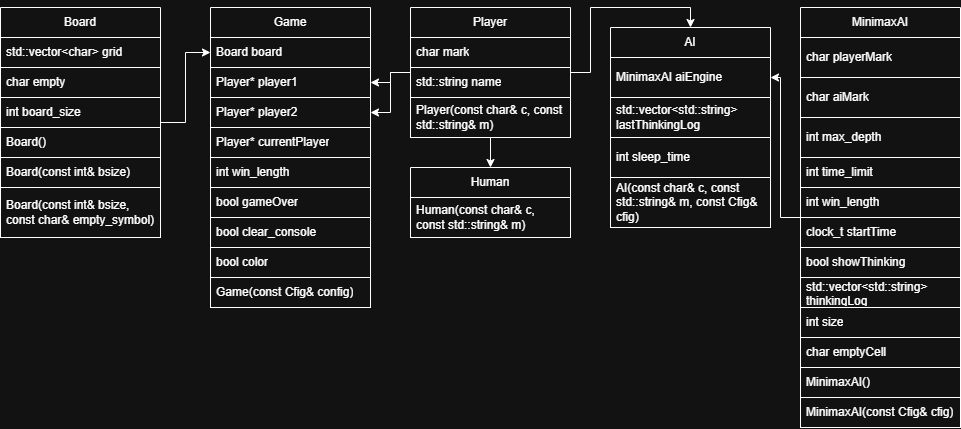
Earlier version of the draw.io export assets/structure.drawio.png (groknut/tic-tac-toe). Source tidied: cells renumbered, new cells last; positions are measured from the earlier drawing's top-left corner, leaving out a move shared by most shapes. Its diagram source:
```xml
<mxGraphModel>
  <root>
    <mxCell id="0" />
    <mxCell id="1" parent="0" />
    <mxCell id="2" style="edgeStyle=orthogonalEdgeStyle;rounded=0;jettySize=auto;html=1;entryX=0;entryY=0.5;entryDx=0;entryDy=0;" parent="1" edge="1" source="3" target="11">
      <mxGeometry relative="1" as="geometry" />
    </mxCell>
    <mxCell id="3" value="Board" style="swimlane;fontStyle=0;horizontal=1;startSize=30;whiteSpace=wrap;html=1;" parent="1" vertex="1">
      <mxGeometry width="160" height="230" as="geometry" />
    </mxCell>
    <mxCell id="4" value="std::vector&amp;lt;char&amp;gt; grid" style="text;strokeColor=default;fillColor=none;align=left;verticalAlign=middle;spacingLeft=4;spacingRight=4;overflow=hidden;whiteSpace=wrap;html=1;" parent="3" vertex="1">
      <mxGeometry y="30" width="160" height="30" as="geometry" />
    </mxCell>
    <mxCell id="5" value="char empty" style="text;strokeColor=default;fillColor=none;align=left;verticalAlign=middle;spacingLeft=4;spacingRight=4;overflow=hidden;whiteSpace=wrap;html=1;" parent="3" vertex="1">
      <mxGeometry y="60" width="160" height="30" as="geometry" />
    </mxCell>
    <mxCell id="6" value="int board_size" style="text;strokeColor=default;fillColor=none;align=left;verticalAlign=middle;spacingLeft=4;spacingRight=4;overflow=hidden;whiteSpace=wrap;html=1;" parent="3" vertex="1">
      <mxGeometry y="90" width="160" height="30" as="geometry" />
    </mxCell>
    <mxCell id="7" value="Board()" style="text;strokeColor=default;fillColor=none;align=left;verticalAlign=middle;spacingLeft=4;spacingRight=4;overflow=hidden;whiteSpace=wrap;html=1;" parent="3" vertex="1">
      <mxGeometry y="120" width="160" height="30" as="geometry" />
    </mxCell>
    <mxCell id="8" value="Board(const int&amp;amp; bsize)" style="text;strokeColor=default;fillColor=none;align=left;verticalAlign=middle;spacingLeft=4;spacingRight=4;overflow=hidden;whiteSpace=wrap;html=1;" parent="3" vertex="1">
      <mxGeometry y="150" width="160" height="30" as="geometry" />
    </mxCell>
    <mxCell id="9" value="Board(const int&amp;amp; bsize, const char&amp;amp; empty_symbol)" style="text;strokeColor=default;fillColor=none;align=left;verticalAlign=middle;spacingLeft=4;spacingRight=4;overflow=hidden;whiteSpace=wrap;html=1;" parent="3" vertex="1">
      <mxGeometry y="180" width="160" height="50" as="geometry" />
    </mxCell>
    <mxCell id="10" value="Game" style="swimlane;fontStyle=0;horizontal=1;startSize=30;whiteSpace=wrap;html=1;" parent="1" vertex="1">
      <mxGeometry x="210" width="160" height="300" as="geometry" />
    </mxCell>
    <mxCell id="11" value="Board board" style="text;strokeColor=default;fillColor=none;align=left;verticalAlign=middle;spacingLeft=4;spacingRight=4;overflow=hidden;points=[[0,0.5],[1,0.5]];portConstraint=eastwest;whiteSpace=wrap;html=1;" parent="10" vertex="1">
      <mxGeometry y="30" width="160" height="30" as="geometry" />
    </mxCell>
    <mxCell id="12" value="Player* player1" style="text;strokeColor=default;fillColor=none;align=left;verticalAlign=middle;spacingLeft=4;spacingRight=4;overflow=hidden;points=[[0,0.5],[1,0.5]];portConstraint=eastwest;whiteSpace=wrap;html=1;" parent="10" vertex="1">
      <mxGeometry y="60" width="160" height="30" as="geometry" />
    </mxCell>
    <mxCell id="13" value="Player* player2" style="text;strokeColor=default;fillColor=none;align=left;verticalAlign=middle;spacingLeft=4;spacingRight=4;overflow=hidden;points=[[0,0.5],[1,0.5]];portConstraint=eastwest;whiteSpace=wrap;html=1;" parent="10" vertex="1">
      <mxGeometry y="90" width="160" height="30" as="geometry" />
    </mxCell>
    <mxCell id="14" value="Player* currentPlayer" style="text;strokeColor=default;fillColor=none;align=left;verticalAlign=middle;spacingLeft=4;spacingRight=4;overflow=hidden;whiteSpace=wrap;html=1;" parent="10" vertex="1">
      <mxGeometry y="120" width="160" height="30" as="geometry" />
    </mxCell>
    <mxCell id="15" value="int win_length" style="text;strokeColor=default;fillColor=none;align=left;verticalAlign=middle;spacingLeft=4;spacingRight=4;overflow=hidden;whiteSpace=wrap;html=1;" parent="10" vertex="1">
      <mxGeometry y="150" width="160" height="30" as="geometry" />
    </mxCell>
    <mxCell id="16" value="bool gameOver" style="text;strokeColor=default;fillColor=none;align=left;verticalAlign=middle;spacingLeft=4;spacingRight=4;overflow=hidden;whiteSpace=wrap;html=1;" parent="10" vertex="1">
      <mxGeometry y="180" width="160" height="30" as="geometry" />
    </mxCell>
    <mxCell id="17" value="bool clear_console" style="text;strokeColor=default;fillColor=none;align=left;verticalAlign=middle;spacingLeft=4;spacingRight=4;overflow=hidden;whiteSpace=wrap;html=1;" parent="10" vertex="1">
      <mxGeometry y="210" width="160" height="30" as="geometry" />
    </mxCell>
    <mxCell id="18" value="bool color" style="text;strokeColor=default;fillColor=none;align=left;verticalAlign=middle;spacingLeft=4;spacingRight=4;overflow=hidden;whiteSpace=wrap;html=1;" parent="10" vertex="1">
      <mxGeometry y="240" width="160" height="30" as="geometry" />
    </mxCell>
    <mxCell id="19" value="Game(const Cfig&amp;amp; config)" style="text;strokeColor=default;fillColor=none;align=left;verticalAlign=middle;spacingLeft=4;spacingRight=4;overflow=hidden;whiteSpace=wrap;html=1;" parent="10" vertex="1">
      <mxGeometry y="270" width="160" height="30" as="geometry" />
    </mxCell>
    <mxCell id="20" style="edgeStyle=orthogonalEdgeStyle;rounded=0;jettySize=auto;html=1;entryX=1;entryY=0.5;entryDx=0;entryDy=0;" parent="1" edge="1" source="24" target="12">
      <mxGeometry relative="1" as="geometry" />
    </mxCell>
    <mxCell id="21" style="edgeStyle=orthogonalEdgeStyle;rounded=0;jettySize=auto;html=1;entryX=1;entryY=0.5;entryDx=0;entryDy=0;" parent="1" edge="1" source="24" target="13">
      <mxGeometry relative="1" as="geometry" />
    </mxCell>
    <mxCell id="22" style="edgeStyle=orthogonalEdgeStyle;rounded=0;jettySize=auto;html=1;entryX=0.5;entryY=0;entryDx=0;entryDy=0;" parent="1" edge="1" source="24" target="28">
      <mxGeometry relative="1" as="geometry" />
    </mxCell>
    <mxCell id="23" style="edgeStyle=orthogonalEdgeStyle;rounded=0;jettySize=auto;html=1;entryX=0.5;entryY=0;entryDx=0;entryDy=0;" parent="1" edge="1" source="24" target="30">
      <mxGeometry relative="1" as="geometry" />
    </mxCell>
    <mxCell id="24" value="Player" style="swimlane;fontStyle=0;horizontal=1;startSize=30;whiteSpace=wrap;html=1;" parent="1" vertex="1">
      <mxGeometry x="410" width="160" height="130" as="geometry" />
    </mxCell>
    <mxCell id="25" value="char mark" style="text;strokeColor=default;fillColor=none;align=left;verticalAlign=middle;spacingLeft=4;spacingRight=4;overflow=hidden;whiteSpace=wrap;html=1;" parent="24" vertex="1">
      <mxGeometry y="30" width="160" height="30" as="geometry" />
    </mxCell>
    <mxCell id="26" value="std::string name" style="text;strokeColor=default;fillColor=none;align=left;verticalAlign=middle;spacingLeft=4;spacingRight=4;overflow=hidden;whiteSpace=wrap;html=1;" parent="24" vertex="1">
      <mxGeometry y="60" width="160" height="30" as="geometry" />
    </mxCell>
    <mxCell id="27" value="Player(const char&amp;amp; c, const std::string&amp;amp; m)" style="text;strokeColor=default;fillColor=none;align=left;verticalAlign=middle;spacingLeft=4;spacingRight=4;overflow=hidden;whiteSpace=wrap;html=1;" parent="24" vertex="1">
      <mxGeometry y="90" width="160" height="40" as="geometry" />
    </mxCell>
    <mxCell id="28" value="Human" style="swimlane;fontStyle=0;horizontal=1;startSize=30;whiteSpace=wrap;html=1;" parent="1" vertex="1">
      <mxGeometry x="410" y="160" width="160" height="70" as="geometry" />
    </mxCell>
    <mxCell id="29" value="Human(const char&amp;amp; c, const std::string&amp;amp; m)" style="text;strokeColor=default;fillColor=none;align=left;verticalAlign=middle;spacingLeft=4;spacingRight=4;overflow=hidden;whiteSpace=wrap;html=1;" parent="28" vertex="1">
      <mxGeometry y="30" width="160" height="40" as="geometry" />
    </mxCell>
    <mxCell id="30" value="AI" style="swimlane;fontStyle=0;horizontal=1;startSize=30;whiteSpace=wrap;html=1;" parent="1" vertex="1">
      <mxGeometry x="610" y="20" width="160" height="200" as="geometry" />
    </mxCell>
    <mxCell id="31" value="MinimaxAI aiEngine" style="text;strokeColor=default;fillColor=none;align=left;verticalAlign=middle;spacingLeft=4;spacingRight=4;overflow=hidden;points=[[0,0.5],[1,0.5]];portConstraint=eastwest;whiteSpace=wrap;html=1;" parent="30" vertex="1">
      <mxGeometry y="30" width="160" height="40" as="geometry" />
    </mxCell>
    <mxCell id="32" value="std::vector&amp;lt;std::string&amp;gt; lastThinkingLog" style="text;strokeColor=default;fillColor=none;align=left;verticalAlign=middle;spacingLeft=4;spacingRight=4;overflow=hidden;whiteSpace=wrap;html=1;" parent="30" vertex="1">
      <mxGeometry y="70" width="160" height="40" as="geometry" />
    </mxCell>
    <mxCell id="33" value="int sleep_time" style="text;strokeColor=default;fillColor=none;align=left;verticalAlign=middle;spacingLeft=4;spacingRight=4;overflow=hidden;whiteSpace=wrap;html=1;" parent="30" vertex="1">
      <mxGeometry y="110" width="160" height="40" as="geometry" />
    </mxCell>
    <mxCell id="34" value="AI(const char&amp;amp; c, const std::string&amp;amp; m, const Cfig&amp;amp; cfig)" style="text;strokeColor=default;fillColor=none;align=left;verticalAlign=middle;spacingLeft=4;spacingRight=4;overflow=hidden;whiteSpace=wrap;html=1;" parent="30" vertex="1">
      <mxGeometry y="150" width="160" height="50" as="geometry" />
    </mxCell>
    <mxCell id="35" style="edgeStyle=orthogonalEdgeStyle;rounded=0;jettySize=auto;html=1;entryX=1;entryY=0.5;entryDx=0;entryDy=0;" parent="1" edge="1" source="36" target="31">
      <mxGeometry relative="1" as="geometry" />
    </mxCell>
    <mxCell id="36" value="MinimaxAI" style="swimlane;fontStyle=0;horizontal=1;startSize=30;whiteSpace=wrap;html=1;" parent="1" vertex="1">
      <mxGeometry x="800" width="160" height="420" as="geometry" />
    </mxCell>
    <mxCell id="37" value="char playerMark" style="text;strokeColor=default;fillColor=none;align=left;verticalAlign=middle;spacingLeft=4;spacingRight=4;overflow=hidden;whiteSpace=wrap;html=1;" parent="36" vertex="1">
      <mxGeometry y="30" width="160" height="40" as="geometry" />
    </mxCell>
    <mxCell id="38" value="char aiMark" style="text;strokeColor=default;fillColor=none;align=left;verticalAlign=middle;spacingLeft=4;spacingRight=4;overflow=hidden;whiteSpace=wrap;html=1;" parent="36" vertex="1">
      <mxGeometry y="70" width="160" height="40" as="geometry" />
    </mxCell>
    <mxCell id="39" value="int max_depth" style="text;strokeColor=default;fillColor=none;align=left;verticalAlign=middle;spacingLeft=4;spacingRight=4;overflow=hidden;whiteSpace=wrap;html=1;" parent="36" vertex="1">
      <mxGeometry y="110" width="160" height="40" as="geometry" />
    </mxCell>
    <mxCell id="40" value="int time_limit" style="text;strokeColor=default;fillColor=none;align=left;verticalAlign=middle;spacingLeft=4;spacingRight=4;overflow=hidden;whiteSpace=wrap;html=1;" parent="36" vertex="1">
      <mxGeometry y="150" width="160" height="30" as="geometry" />
    </mxCell>
    <mxCell id="41" value="int win_length" style="text;strokeColor=default;fillColor=none;align=left;verticalAlign=middle;spacingLeft=4;spacingRight=4;overflow=hidden;whiteSpace=wrap;html=1;" parent="36" vertex="1">
      <mxGeometry y="180" width="160" height="30" as="geometry" />
    </mxCell>
    <mxCell id="42" value="clock_t startTime" style="text;strokeColor=default;fillColor=none;align=left;verticalAlign=middle;spacingLeft=4;spacingRight=4;overflow=hidden;whiteSpace=wrap;html=1;" parent="36" vertex="1">
      <mxGeometry y="210" width="160" height="30" as="geometry" />
    </mxCell>
    <mxCell id="43" value="bool showThinking" style="text;strokeColor=default;fillColor=none;align=left;verticalAlign=middle;spacingLeft=4;spacingRight=4;overflow=hidden;whiteSpace=wrap;html=1;" parent="36" vertex="1">
      <mxGeometry y="240" width="160" height="30" as="geometry" />
    </mxCell>
    <mxCell id="44" value="std::vector&amp;lt;std::string&amp;gt; thinkingLog" style="text;strokeColor=default;fillColor=none;align=left;verticalAlign=middle;spacingLeft=4;spacingRight=4;overflow=hidden;whiteSpace=wrap;html=1;" parent="36" vertex="1">
      <mxGeometry y="270" width="160" height="30" as="geometry" />
    </mxCell>
    <mxCell id="45" value="int size" style="text;strokeColor=default;fillColor=none;align=left;verticalAlign=middle;spacingLeft=4;spacingRight=4;overflow=hidden;whiteSpace=wrap;html=1;" parent="36" vertex="1">
      <mxGeometry y="300" width="160" height="30" as="geometry" />
    </mxCell>
    <mxCell id="46" value="char emptyCell" style="text;strokeColor=default;fillColor=none;align=left;verticalAlign=middle;spacingLeft=4;spacingRight=4;overflow=hidden;whiteSpace=wrap;html=1;" parent="36" vertex="1">
      <mxGeometry y="330" width="160" height="30" as="geometry" />
    </mxCell>
    <mxCell id="47" value="MinimaxAI()" style="text;strokeColor=default;fillColor=none;align=left;verticalAlign=middle;spacingLeft=4;spacingRight=4;overflow=hidden;whiteSpace=wrap;html=1;" parent="36" vertex="1">
      <mxGeometry y="360" width="160" height="30" as="geometry" />
    </mxCell>
    <mxCell id="48" value="MinimaxAI(const Cfig&amp;amp; cfig)" style="text;strokeColor=default;fillColor=none;align=left;verticalAlign=middle;spacingLeft=4;spacingRight=4;overflow=hidden;whiteSpace=wrap;html=1;" parent="36" vertex="1">
      <mxGeometry y="390" width="160" height="30" as="geometry" />
    </mxCell>
  </root>
</mxGraphModel>
```
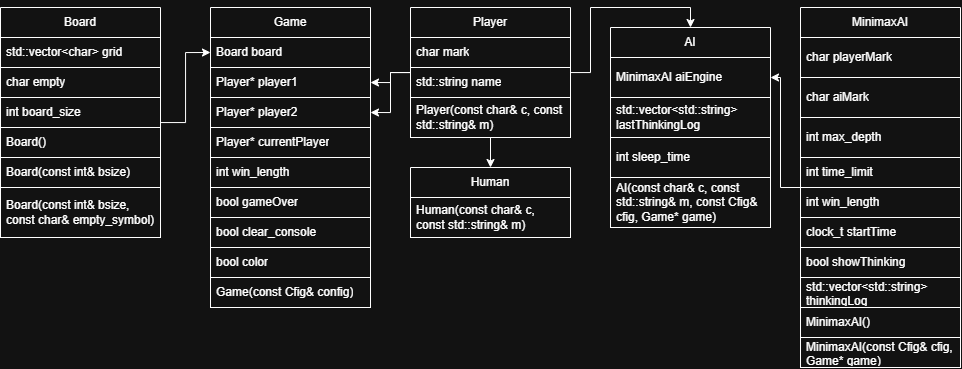
After the change.

The edit, as a diff of the source:
```diff
@@ -98,14 +98,14 @@
     <mxCell id="33" value="int sleep_time" style="text;strokeColor=default;fillColor=none;align=left;verticalAlign=middle;spacingLeft=4;spacingRight=4;overflow=hidden;whiteSpace=wrap;html=1;" parent="30" vertex="1">
       <mxGeometry y="110" width="160" height="40" as="geometry" />
     </mxCell>
-    <mxCell id="34" value="AI(const char&amp;amp; c, const std::string&amp;amp; m, const Cfig&amp;amp; cfig)" style="text;strokeColor=default;fillColor=none;align=left;verticalAlign=middle;spacingLeft=4;spacingRight=4;overflow=hidden;whiteSpace=wrap;html=1;" parent="30" vertex="1">
-      <mxGeometry y="150" width="160" height="50" as="geometry" />
-    </mxCell>
+    <mxCell id="49" value="AI(const char&amp;amp; c, const std::string&amp;amp; m, const Cfig&amp;amp; cfig, Game* game)" style="text;strokeColor=default;fillColor=none;align=left;verticalAlign=middle;spacingLeft=4;spacingRight=4;overflow=hidden;whiteSpace=wrap;html=1;" parent="30" vertex="1">
+      <mxGeometry y="150" width="160" height="50" as="geometry" />
+    </mxCell>
     <mxCell id="35" style="edgeStyle=orthogonalEdgeStyle;rounded=0;jettySize=auto;html=1;entryX=1;entryY=0.5;entryDx=0;entryDy=0;" parent="1" edge="1" source="36" target="31">
       <mxGeometry relative="1" as="geometry" />
     </mxCell>
     <mxCell id="36" value="MinimaxAI" style="swimlane;fontStyle=0;horizontal=1;startSize=30;whiteSpace=wrap;html=1;" parent="1" vertex="1">
-      <mxGeometry x="800" width="160" height="420" as="geometry" />
+      <mxGeometry x="800" width="160" height="360" as="geometry" />
     </mxCell>
     <mxCell id="37" value="char playerMark" style="text;strokeColor=default;fillColor=none;align=left;verticalAlign=middle;spacingLeft=4;spacingRight=4;overflow=hidden;whiteSpace=wrap;html=1;" parent="36" vertex="1">
       <mxGeometry y="30" width="160" height="40" as="geometry" />
@@ -131,17 +131,11 @@
     <mxCell id="44" value="std::vector&amp;lt;std::string&amp;gt; thinkingLog" style="text;strokeColor=default;fillColor=none;align=left;verticalAlign=middle;spacingLeft=4;spacingRight=4;overflow=hidden;whiteSpace=wrap;html=1;" parent="36" vertex="1">
       <mxGeometry y="270" width="160" height="30" as="geometry" />
     </mxCell>
-    <mxCell id="45" value="int size" style="text;strokeColor=default;fillColor=none;align=left;verticalAlign=middle;spacingLeft=4;spacingRight=4;overflow=hidden;whiteSpace=wrap;html=1;" parent="36" vertex="1">
-      <mxGeometry y="300" width="160" height="30" as="geometry" />
-    </mxCell>
-    <mxCell id="46" value="char emptyCell" style="text;strokeColor=default;fillColor=none;align=left;verticalAlign=middle;spacingLeft=4;spacingRight=4;overflow=hidden;whiteSpace=wrap;html=1;" parent="36" vertex="1">
-      <mxGeometry y="330" width="160" height="30" as="geometry" />
-    </mxCell>
     <mxCell id="47" value="MinimaxAI()" style="text;strokeColor=default;fillColor=none;align=left;verticalAlign=middle;spacingLeft=4;spacingRight=4;overflow=hidden;whiteSpace=wrap;html=1;" parent="36" vertex="1">
-      <mxGeometry y="360" width="160" height="30" as="geometry" />
+      <mxGeometry y="300" width="160" height="30" as="geometry" />
     </mxCell>
-    <mxCell id="48" value="MinimaxAI(const Cfig&amp;amp; cfig)" style="text;strokeColor=default;fillColor=none;align=left;verticalAlign=middle;spacingLeft=4;spacingRight=4;overflow=hidden;whiteSpace=wrap;html=1;" parent="36" vertex="1">
-      <mxGeometry y="390" width="160" height="30" as="geometry" />
-    </mxCell>
+    <mxCell id="50" value="MinimaxAI(const Cfig&amp;amp; cfig, Game* game)" style="text;strokeColor=default;fillColor=none;align=left;verticalAlign=middle;spacingLeft=4;spacingRight=4;overflow=hidden;whiteSpace=wrap;html=1;" parent="36" vertex="1">
+      <mxGeometry y="330" width="160" height="30" as="geometry" />
+    </mxCell>
   </root>
 </mxGraphModel>
```
